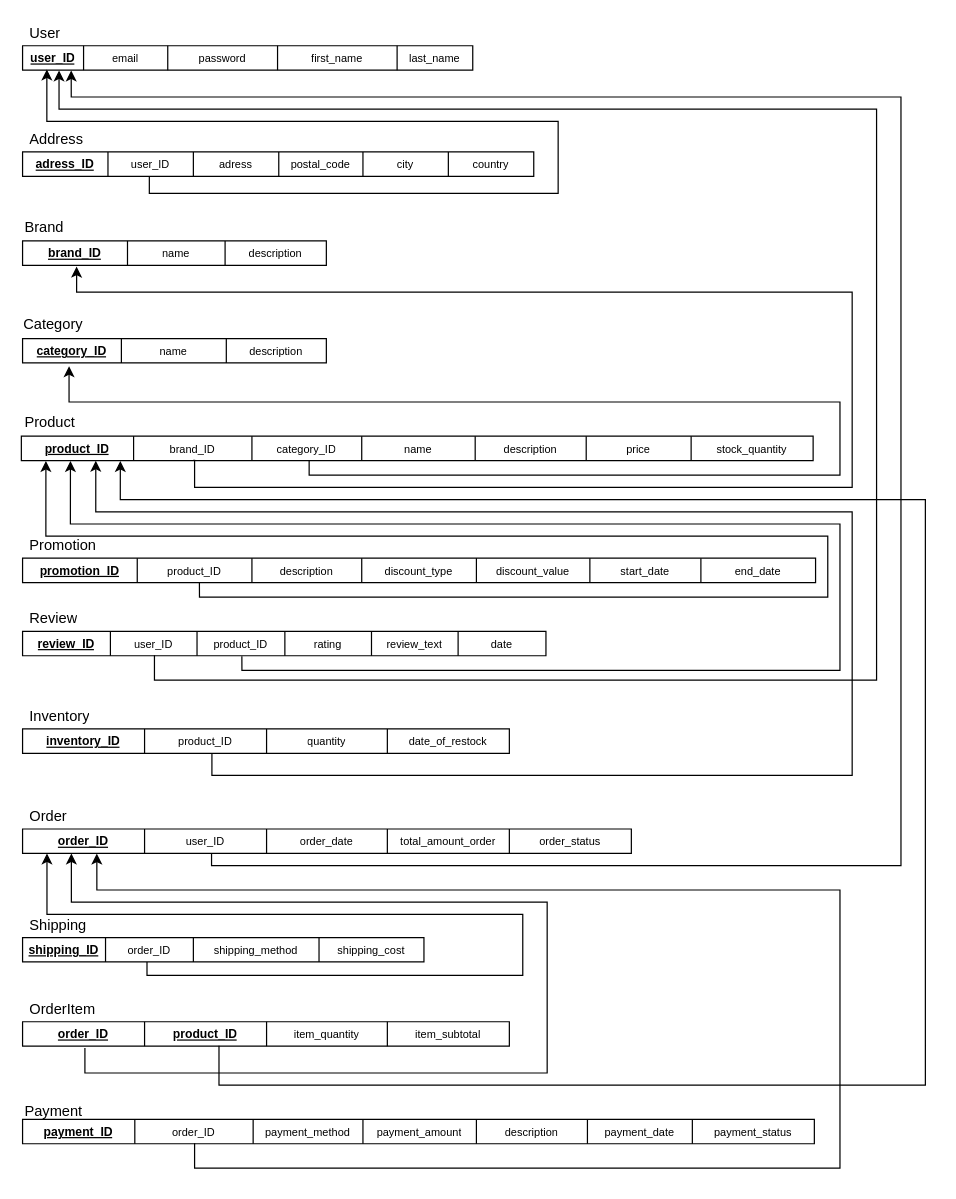
The draw.io diagram page "Relational schema" (6 of 8) of database-models/ER_models_final.drawio in emilkle/electromart-ecom-website, before the edit. Source tidied: cells renumbered, new cells numbered last; positions are measured from the earlier drawing's top-left corner, leaving out a move shared by most shapes. Both pictures are drawn from the tidied source at 122%, with x=0, y=0 at pixel (21, 21).
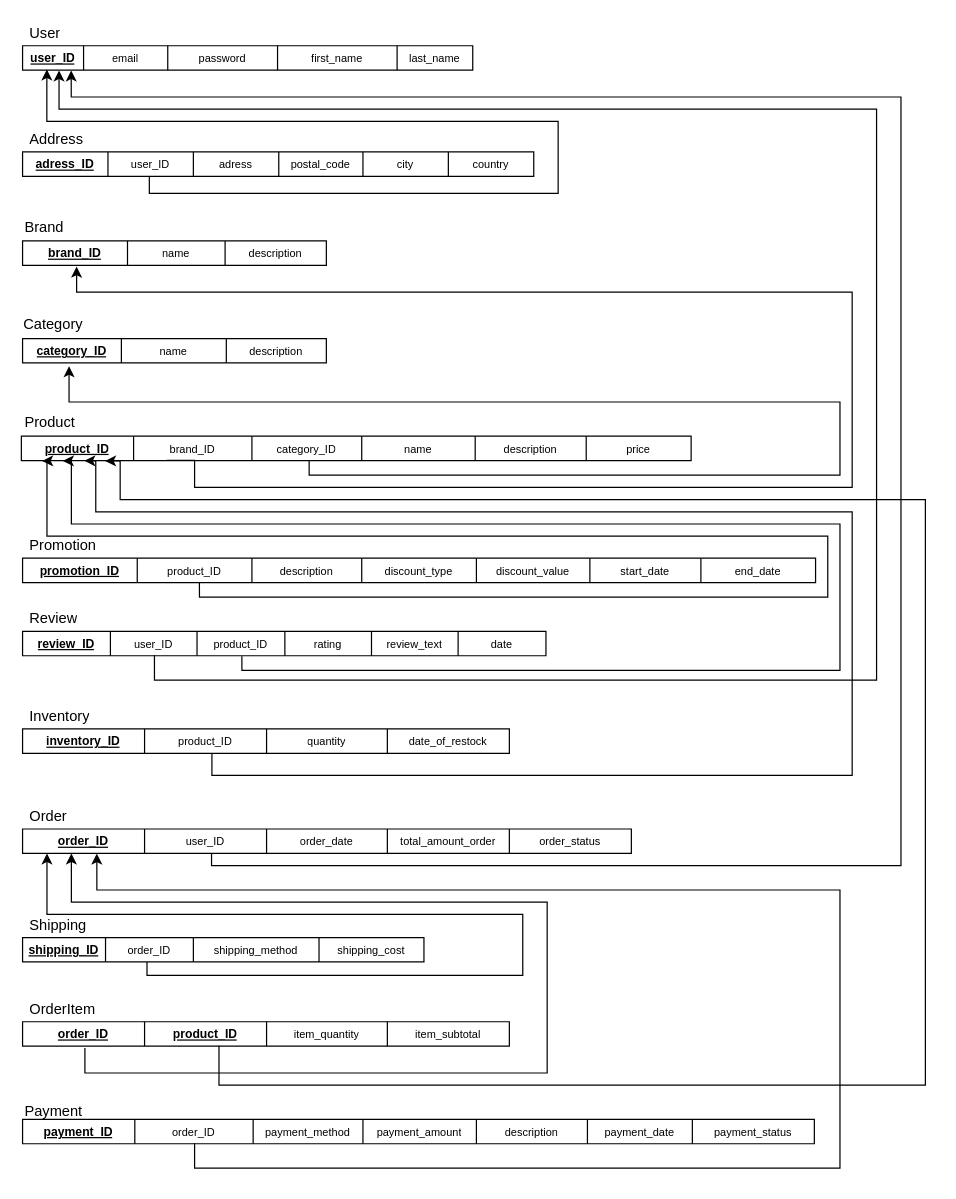
The same diagram, later.

Commit message (it also covers changes not shown here):
Added SQL statements to create the entiies for the UserOrder relation in the database.

Diff of the diagram source:
```diff
@@
     <mxCell id="59" style="shape=table;html=1;whiteSpace=wrap;startSize=0;childLayout=tableLayout;" parent="1" vertex="1">
-      <mxGeometry y="340" width="649" height="20" as="geometry" />
+      <mxGeometry y="340" width="549" height="20" as="geometry" />
     </mxCell>
     <mxCell id="60" style="shape=tableRow;horizontal=0;startSize=0;swimlaneHead=0;swimlaneBody=0;top=0;left=0;bottom=0;right=0;fillColor=none;points=[[0,0.5],[1,0.5]];portConstraint=eastwest;" parent="59" vertex="1">
-      <mxGeometry width="649" height="20" as="geometry" />
+      <mxGeometry width="549" height="20" as="geometry" />
     </mxCell>
@@
-    <mxCell id="67" value="&lt;font style=&quot;font-size: 9px;&quot;&gt;stock_quantity&lt;/font&gt;" style="shape=partialRectangle;html=1;whiteSpace=wrap;fillColor=none;top=0;left=0;bottom=0;right=0;overflow=hidden;" parent="60" vertex="1">
-      <mxGeometry x="549" width="100" height="20" as="geometry" />
-    </mxCell>
```
